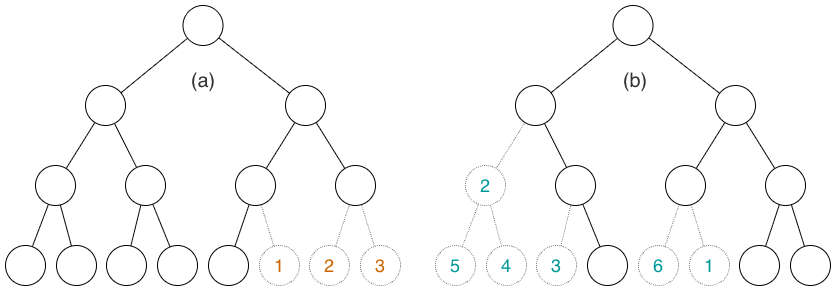
Above: data_structures/bst_v_cbt.png in lgreco/images (draw.io), before the change. Source tidied: cells renumbered, new cells last; positions are measured from the earlier drawing's top-left corner, leaving out a move shared by most shapes.
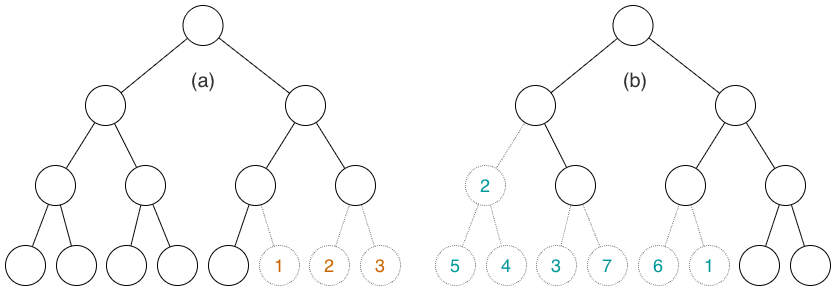
Above is the later version.

Change to the diagram source:
```diff
@@ -107,7 +107,7 @@
     <mxCell id="36" style="endArrow=none;html=1;rounded=0;strokeColor=#000000;" parent="1" edge="1" source="60" target="50">
       <mxGeometry relative="1" as="geometry" />
     </mxCell>
-    <mxCell id="37" style="endArrow=none;html=1;rounded=0;" parent="1" edge="1" source="56" target="48">
+    <mxCell id="37" style="endArrow=none;html=1;rounded=0;dashed=1;dashPattern=1 1;strokeColor=#808080;" parent="1" edge="1" source="56" target="48">
       <mxGeometry relative="1" as="geometry" />
     </mxCell>
     <mxCell id="38" style="endArrow=none;html=1;rounded=0;strokeColor=#808080;dashed=1;dashPattern=1 1;" parent="1" edge="1" source="55" target="48">
@@ -164,7 +164,7 @@
     <mxCell id="55" value="3" style="ellipse;whiteSpace=wrap;html=1;strokeColor=#808080;dashed=1;dashPattern=1 1;fontSize=18;fontColor=#009999;" parent="1" vertex="1">
       <mxGeometry x="531" y="240" width="40" height="40" as="geometry" />
     </mxCell>
-    <mxCell id="56" style="ellipse;whiteSpace=wrap;html=1;" parent="1" vertex="1">
+    <mxCell id="56" value="&lt;font color=&quot;#009999&quot;&gt;&lt;span style=&quot;font-size: 18px;&quot;&gt;7&lt;/span&gt;&lt;/font&gt;" style="ellipse;whiteSpace=wrap;html=1;dashed=1;dashPattern=1 1;strokeColor=#808080;" parent="1" vertex="1">
       <mxGeometry x="582" y="240" width="40" height="40" as="geometry" />
     </mxCell>
     <mxCell id="57" value="6" style="ellipse;whiteSpace=wrap;html=1;dashed=1;dashPattern=1 1;strokeColor=#808080;fontSize=18;fontColor=#009999;" parent="1" vertex="1">
```
